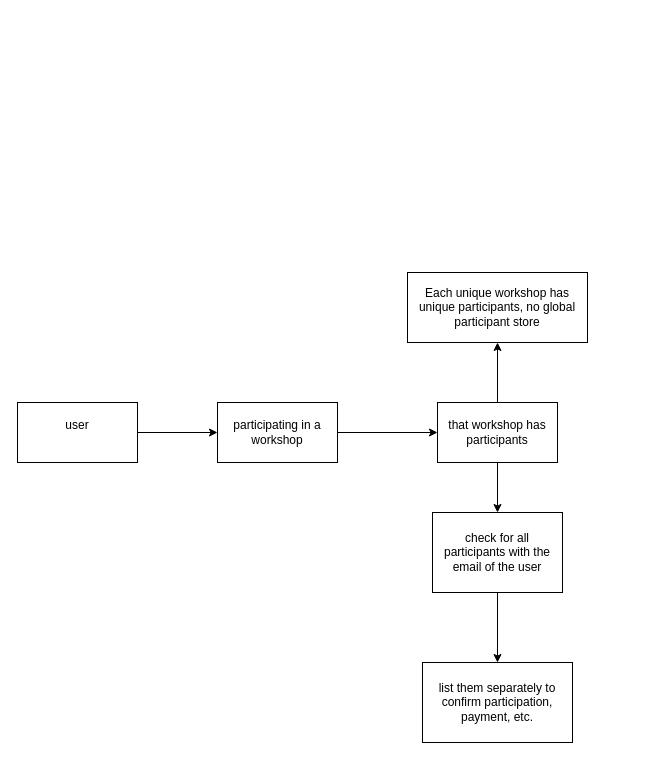
Before: inner_workings.drawio in csecsoliver/showtime, a draw.io diagram. Source tidied: cells renumbered, new cells numbered last; positions are measured from the earlier drawing's top-left corner, leaving out a move shared by most shapes. Both pictures are drawn from the tidied source at 100%, with x=0, y=0 at pixel (17, 272).
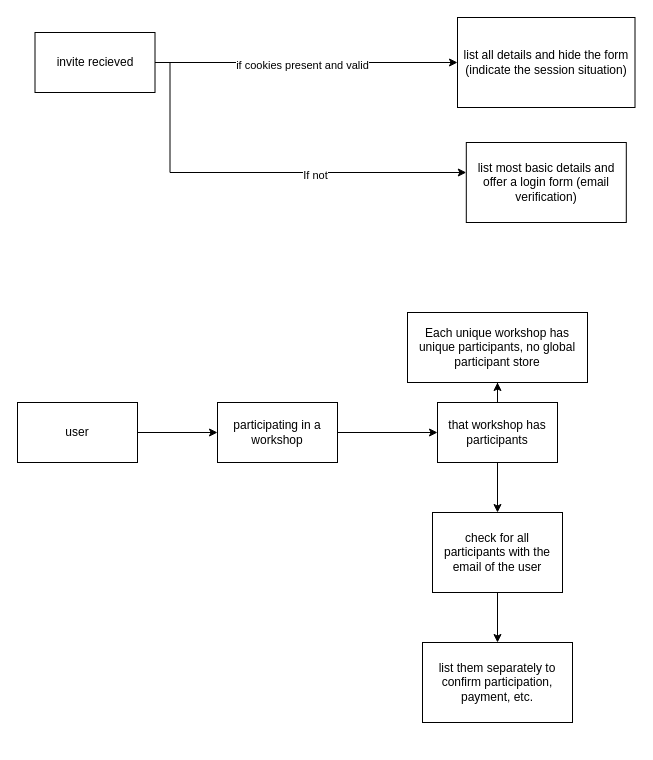
The same page after the edit.

The edit, as a diff of the source:
```diff
@@
-    <mxCell id="3" value="&lt;div&gt;user&lt;/div&gt;&lt;div&gt;&lt;br&gt;&lt;/div&gt;" style="rounded=0;whiteSpace=wrap;html=1;" parent="1" vertex="1">
+    <mxCell id="3" value="&lt;div&gt;user&lt;/div&gt;" style="rounded=0;whiteSpace=wrap;html=1;" parent="1" vertex="1">
       <mxGeometry y="130" width="120" height="60" as="geometry" />
     </mxCell>
@@
     <mxCell id="11" value="list them separately to confirm participation, payment, etc." style="whiteSpace=wrap;html=1;rounded=0;" parent="1" vertex="1">
-      <mxGeometry x="405" y="390" width="150" height="80" as="geometry" />
+      <mxGeometry x="405" y="370" width="150" height="80" as="geometry" />
     </mxCell>
     <mxCell id="12" value="Each unique workshop has unique participants, no global participant store" style="whiteSpace=wrap;html=1;rounded=0;" parent="1" vertex="1">
-      <mxGeometry x="390" width="180" height="70" as="geometry" />
+      <mxGeometry x="390" y="40" width="180" height="70" as="geometry" />
     </mxCell>
+    <mxCell id="13" style="edgeStyle=orthogonalEdgeStyle;rounded=0;jettySize=auto;html=1;" parent="1" edge="1" source="17" target="18">
+      <mxGeometry relative="1" as="geometry" />
+    </mxCell>
+    <mxCell id="14" value="if cookies present and valid" style="edgeLabel;html=1;align=center;verticalAlign=middle;" parent="13" vertex="1">
+      <mxGeometry x="-0.03" y="-2" relative="1" as="geometry" />
+    </mxCell>
+    <mxCell id="15" style="edgeStyle=orthogonalEdgeStyle;rounded=0;jettySize=auto;html=1;" parent="1" edge="1" source="17" target="19">
+      <mxGeometry relative="1" as="geometry">
+        <Array as="points">
+          <mxPoint x="152.5" y="-210" />
+          <mxPoint x="152.5" y="-100" />
+        </Array>
+      </mxGeometry>
+    </mxCell>
+    <mxCell id="16" value="If not" style="edgeLabel;html=1;align=center;verticalAlign=middle;" parent="15" vertex="1">
+      <mxGeometry x="0.28" y="-2" relative="1" as="geometry" />
+    </mxCell>
+    <mxCell id="17" value="invite recieved" style="rounded=0;whiteSpace=wrap;html=1;" parent="1" vertex="1">
+      <mxGeometry x="17.5" y="-240" width="120" height="60" as="geometry" />
+    </mxCell>
+    <mxCell id="18" value="&lt;div&gt;list all details and hide the form (indicate the session situation)&lt;br&gt;&lt;/div&gt;" style="rounded=0;whiteSpace=wrap;html=1;" parent="1" vertex="1">
+      <mxGeometry x="440" y="-255" width="177.5" height="90" as="geometry" />
+    </mxCell>
+    <mxCell id="19" value="list most basic details and offer a login form (email verification)" style="whiteSpace=wrap;html=1;rounded=0;" parent="1" vertex="1">
+      <mxGeometry x="448.8" y="-130" width="160" height="80" as="geometry" />
+    </mxCell>
```
